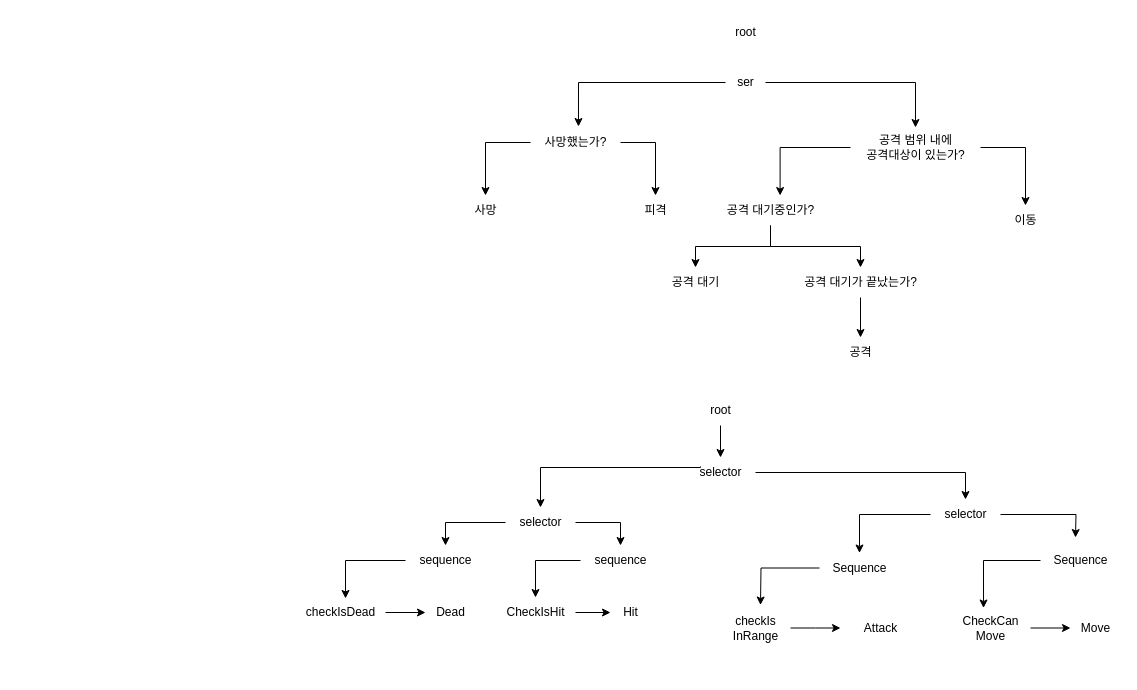
This is 보스행동트리개요.drawio from FavorKim/SlimeProject, a draw.io file, before an edit. Source tidied: cells renumbered, new cells numbered last; positions are measured from the earlier drawing's top-left corner, leaving out a move shared by most shapes. Both pictures are drawn from the tidied source at 100%, with x=0, y=0 at pixel (295, 17).
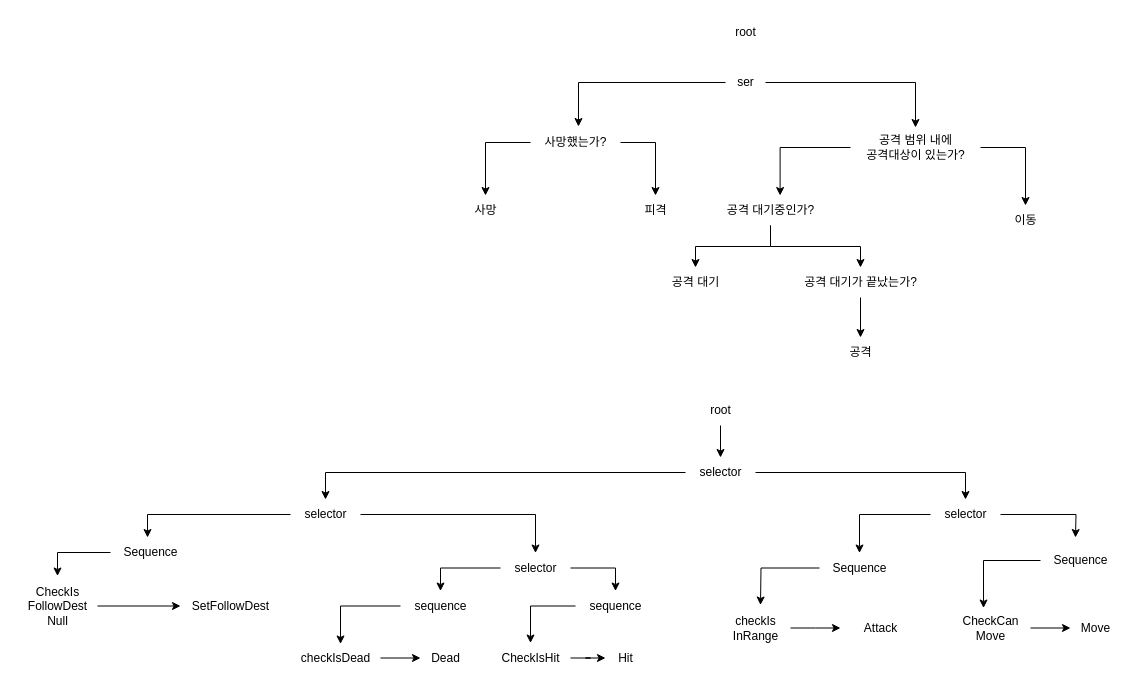
The same diagram, later.

Commit message:
보스행동트리개요.drawio 업데이트

Unchanged cells that the change refers to:
```xml
<mxCell id="25" value="selector" style="text;html=1;align=center;verticalAlign=middle;points=[];strokeColor=none;fillColor=none;" parent="1" vertex="1">
  <mxGeometry x="390" y="440" width="70" height="30" as="geometry" />
</mxCell>
```

Diff of the diagram source:
```diff
@@
-    <mxCell id="23" style="edgeStyle=orthogonalEdgeStyle;rounded=0;jettySize=auto;html=1;" parent="1" edge="1" target="28">
-      <mxGeometry relative="1" as="geometry">
-        <mxPoint x="405" y="449" as="sourcePoint" />
-        <Array as="points">
-          <mxPoint x="405" y="450" />
-          <mxPoint x="245" y="450" />
-        </Array>
-      </mxGeometry>
-    </mxCell>
@@
+    <mxCell id="53" style="edgeStyle=orthogonalEdgeStyle;rounded=0;jettySize=auto;html=1;" parent="1" edge="1" source="25" target="55">
+      <mxGeometry relative="1" as="geometry" />
+    </mxCell>
@@
     <mxCell id="28" value="selector" style="text;html=1;align=center;verticalAlign=middle;points=[];strokeColor=none;fillColor=none;" parent="1" vertex="1">
-      <mxGeometry x="210" y="490" width="70" height="30" as="geometry" />
+      <mxGeometry x="205" y="535.5" width="70" height="30" as="geometry" />
     </mxCell>
     <mxCell id="29" value="sequence" style="text;html=1;align=center;verticalAlign=middle;points=[];strokeColor=none;fillColor=none;" parent="1" vertex="1">
-      <mxGeometry x="110" y="528" width="80" height="30" as="geometry" />
+      <mxGeometry x="105" y="573.5" width="80" height="30" as="geometry" />
     </mxCell>
@@
     <mxCell id="31" value="sequence" style="text;html=1;align=center;verticalAlign=middle;points=[];strokeColor=none;fillColor=none;" parent="1" vertex="1">
-      <mxGeometry x="285" y="528" width="80" height="30" as="geometry" />
+      <mxGeometry x="280" y="573.5" width="80" height="30" as="geometry" />
     </mxCell>
@@
     <mxCell id="36" value="checkIsDead" style="text;html=1;align=center;verticalAlign=middle;points=[];strokeColor=none;fillColor=none;" parent="1" vertex="1">
-      <mxGeometry y="580" width="90" height="30" as="geometry" />
+      <mxGeometry x="-5" y="625.5" width="90" height="30" as="geometry" />
     </mxCell>
     <mxCell id="37" value="Dead" style="text;html=1;align=center;verticalAlign=middle;points=[];strokeColor=none;fillColor=none;" parent="1" vertex="1">
-      <mxGeometry x="130" y="580" width="50" height="30" as="geometry" />
+      <mxGeometry x="125" y="625.5" width="50" height="30" as="geometry" />
     </mxCell>
@@
     <mxCell id="40" value="CheckIsHit" style="text;html=1;align=center;verticalAlign=middle;points=[];strokeColor=none;fillColor=none;" parent="1" vertex="1">
-      <mxGeometry x="200" y="580" width="80" height="30" as="geometry" />
+      <mxGeometry x="195" y="625.5" width="80" height="30" as="geometry" />
     </mxCell>
     <mxCell id="41" value="Hit" style="text;html=1;align=center;verticalAlign=middle;points=[];strokeColor=none;fillColor=none;" parent="1" vertex="1">
-      <mxGeometry x="315" y="580" width="40" height="30" as="geometry" />
+      <mxGeometry x="310" y="625.5" width="40" height="30" as="geometry" />
     </mxCell>
@@
+    <mxCell id="54" style="edgeStyle=orthogonalEdgeStyle;rounded=0;jettySize=auto;html=1;" parent="1" edge="1" source="55" target="28">
+      <mxGeometry relative="1" as="geometry" />
+    </mxCell>
+    <mxCell id="55" value="selector" style="text;html=1;align=center;verticalAlign=middle;points=[];strokeColor=none;fillColor=none;" parent="1" vertex="1">
+      <mxGeometry x="-5" y="482" width="70" height="30" as="geometry" />
+    </mxCell>
+    <mxCell id="56" style="edgeStyle=orthogonalEdgeStyle;rounded=0;jettySize=auto;html=1;" parent="1" edge="1" source="57" target="60">
+      <mxGeometry relative="1" as="geometry" />
+    </mxCell>
+    <mxCell id="57" value="Sequence" style="text;html=1;align=center;verticalAlign=middle;points=[];strokeColor=none;fillColor=none;" parent="1" vertex="1">
+      <mxGeometry x="-185" y="520" width="80" height="30" as="geometry" />
+    </mxCell>
+    <mxCell id="58" style="edgeStyle=orthogonalEdgeStyle;rounded=0;jettySize=auto;html=1;entryX=0.463;entryY=0;entryDx=0;entryDy=0;entryPerimeter=0;" parent="1" edge="1" source="55" target="57">
+      <mxGeometry relative="1" as="geometry" />
+    </mxCell>
+    <mxCell id="59" style="edgeStyle=orthogonalEdgeStyle;rounded=0;jettySize=auto;html=1;" parent="1" edge="1" source="60" target="61">
+      <mxGeometry relative="1" as="geometry" />
+    </mxCell>
+    <mxCell id="60" value="CheckIs&lt;div&gt;FollowDest&lt;/div&gt;&lt;div&gt;Null&lt;/div&gt;" style="text;html=1;align=center;verticalAlign=middle;points=[];strokeColor=none;fillColor=none;" parent="1" vertex="1">
+      <mxGeometry x="-278" y="558.5" width="80" height="60" as="geometry" />
+    </mxCell>
+    <mxCell id="61" value="SetFollowDest" style="text;html=1;align=center;verticalAlign=middle;points=[];strokeColor=none;fillColor=none;" parent="1" vertex="1">
+      <mxGeometry x="-115" y="573.5" width="100" height="30" as="geometry" />
+    </mxCell>
```
